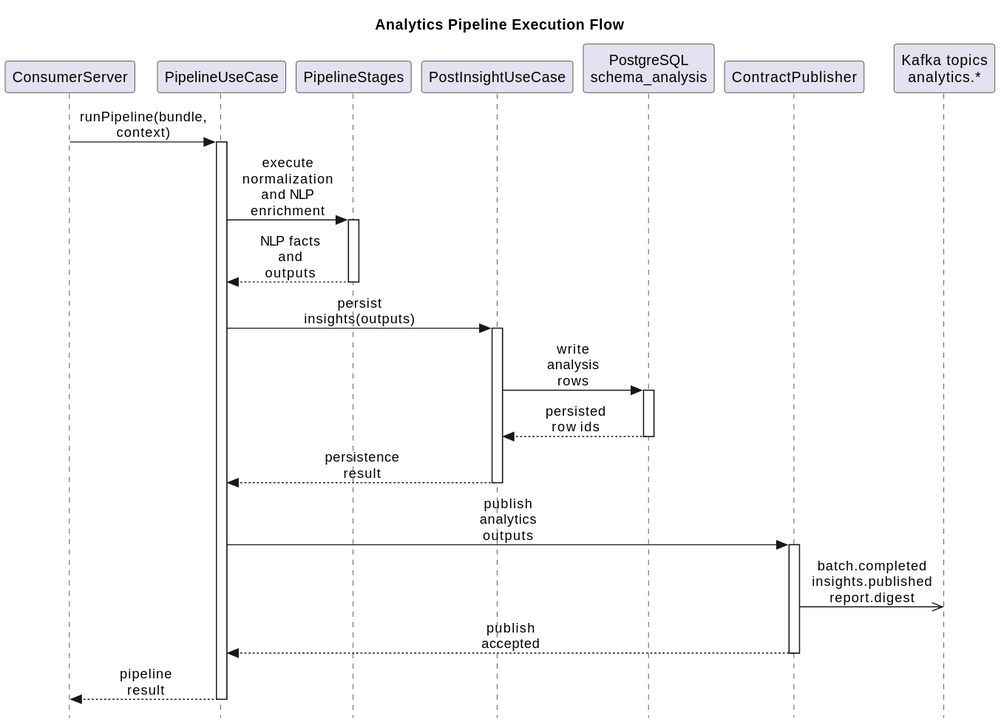
The PlantUML diagram final-report/images/chapter_5/seq-analytics-pipeline-flow.svg in smap-hcmut/report, before a commit. Source of this version:
```plantuml
@startuml
title Analytics Pipeline Execution Flow
hide footbox
skinparam style strictuml
skinparam sequenceMessageAlign center
skinparam responseMessageBelowArrow true
skinparam maxMessageSize 70

participant "ConsumerServer" as Consumer
participant "PipelineUseCase" as Pipeline
participant "PipelineStages" as Stages
participant "PostInsightUseCase" as PostInsight
participant "PostgreSQL\nschema_analysis" as PostgreSQL
participant "ContractPublisher" as Publisher
participant "Kafka topics\nanalytics.*" as AnalyticsTopics

Consumer -> Pipeline : runPipeline(bundle, context)
activate Pipeline
Pipeline -> Stages : execute normalization\nand NLP enrichment
activate Stages
Stages --> Pipeline : NLP facts and outputs
deactivate Stages
Pipeline -> PostInsight : persist insights(outputs)
activate PostInsight
PostInsight -> PostgreSQL : write analysis rows
activate PostgreSQL
PostgreSQL --> PostInsight : persisted row ids
deactivate PostgreSQL
PostInsight --> Pipeline : persistence result
deactivate PostInsight
Pipeline -> Publisher : publish analytics outputs
activate Publisher
Publisher ->> AnalyticsTopics : batch.completed\ninsights.published\nreport.digest
Publisher --> Pipeline : publish accepted
deactivate Publisher
Pipeline --> Consumer : pipeline result
deactivate Pipeline
@enduml
```
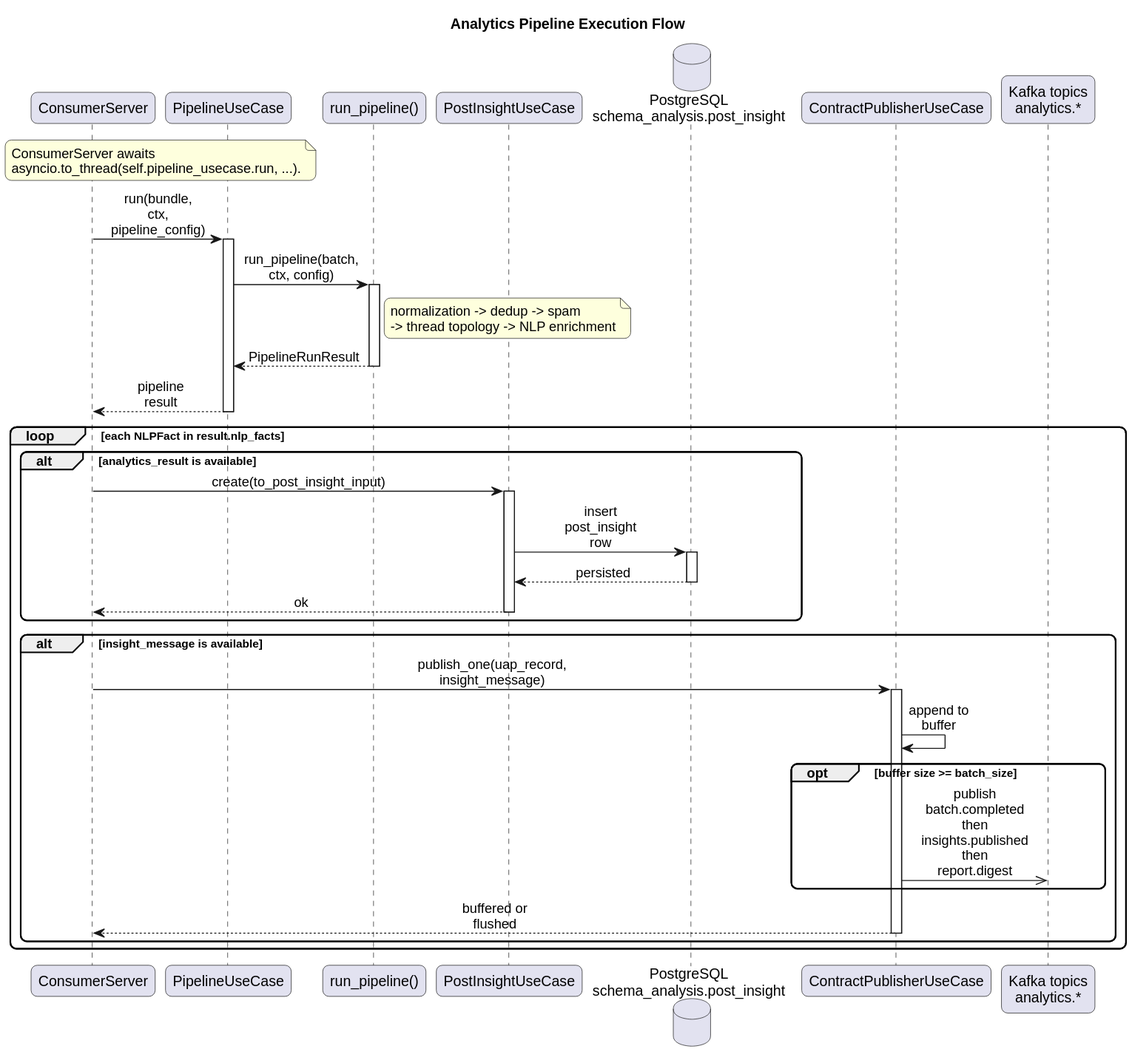
After the commit.

Change to the diagram source:
```diff
@@ -1,38 +1,59 @@
 @startuml
 title Analytics Pipeline Execution Flow
-hide footbox
-skinparam style strictuml
+skinparam defaultFontName Arial
+skinparam shadowing false
 skinparam sequenceMessageAlign center
 skinparam responseMessageBelowArrow true
 skinparam maxMessageSize 70
+skinparam roundcorner 12
 
 participant "ConsumerServer" as Consumer
 participant "PipelineUseCase" as Pipeline
-participant "PipelineStages" as Stages
+participant "run_pipeline()" as Runner
 participant "PostInsightUseCase" as PostInsight
-participant "PostgreSQL\nschema_analysis" as PostgreSQL
-participant "ContractPublisher" as Publisher
+database "PostgreSQL\nschema_analysis.post_insight" as PostgreSQL
+participant "ContractPublisherUseCase" as Publisher
 participant "Kafka topics\nanalytics.*" as AnalyticsTopics
 
-Consumer -> Pipeline : runPipeline(bundle, context)
+note over Consumer,Pipeline
+  ConsumerServer awaits
+  asyncio.to_thread(self.pipeline_usecase.run, ...).
+end note
+
+Consumer -> Pipeline : run(bundle, ctx, pipeline_config)
 activate Pipeline
-Pipeline -> Stages : execute normalization\nand NLP enrichment
-activate Stages
-Stages --> Pipeline : NLP facts and outputs
-deactivate Stages
-Pipeline -> PostInsight : persist insights(outputs)
-activate PostInsight
-PostInsight -> PostgreSQL : write analysis rows
-activate PostgreSQL
-PostgreSQL --> PostInsight : persisted row ids
-deactivate PostgreSQL
-PostInsight --> Pipeline : persistence result
-deactivate PostInsight
-Pipeline -> Publisher : publish analytics outputs
-activate Publisher
-Publisher ->> AnalyticsTopics : batch.completed\ninsights.published\nreport.digest
-Publisher --> Pipeline : publish accepted
-deactivate Publisher
+Pipeline -> Runner : run_pipeline(batch, ctx, config)
+activate Runner
+note right of Runner
+  normalization -> dedup -> spam
+  -> thread topology -> NLP enrichment
+end note
+Runner --> Pipeline : PipelineRunResult
+deactivate Runner
 Pipeline --> Consumer : pipeline result
 deactivate Pipeline
+
+loop each NLPFact in result.nlp_facts
+  alt analytics_result is available
+    Consumer -> PostInsight : create(to_post_insight_input)
+    activate PostInsight
+    PostInsight -> PostgreSQL : insert post_insight row
+    activate PostgreSQL
+    PostgreSQL --> PostInsight : persisted
+    deactivate PostgreSQL
+    PostInsight --> Consumer : ok
+    deactivate PostInsight
+  end
+
+  alt insight_message is available
+    Consumer -> Publisher : publish_one(uap_record, insight_message)
+    activate Publisher
+    Publisher -> Publisher : append to buffer
+    opt buffer size >= batch_size
+      Publisher ->> AnalyticsTopics : publish batch.completed\nthen insights.published\nthen report.digest
+    end
+    Publisher --> Consumer : buffered or flushed
+    deactivate Publisher
+  end
+end
 @enduml
```
